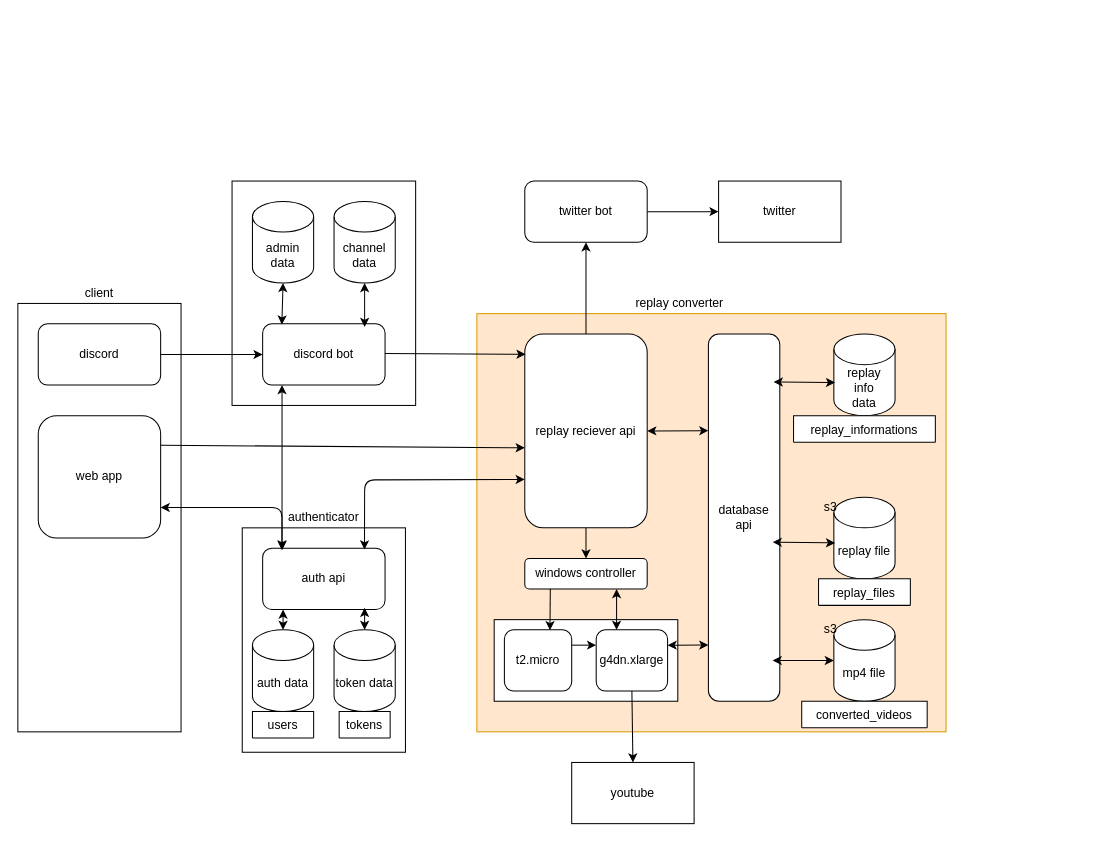
This is Untitled Diagram.drawio from tforce7171/replay_-to_video, a draw.io file, before an edit. Source tidied: cells renumbered, new cells numbered last; positions are measured from the earlier drawing's top-left corner, leaving out a move shared by most shapes. Both pictures are drawn from the tidied source at 102%, with x=0, y=0 at pixel (17, 181).
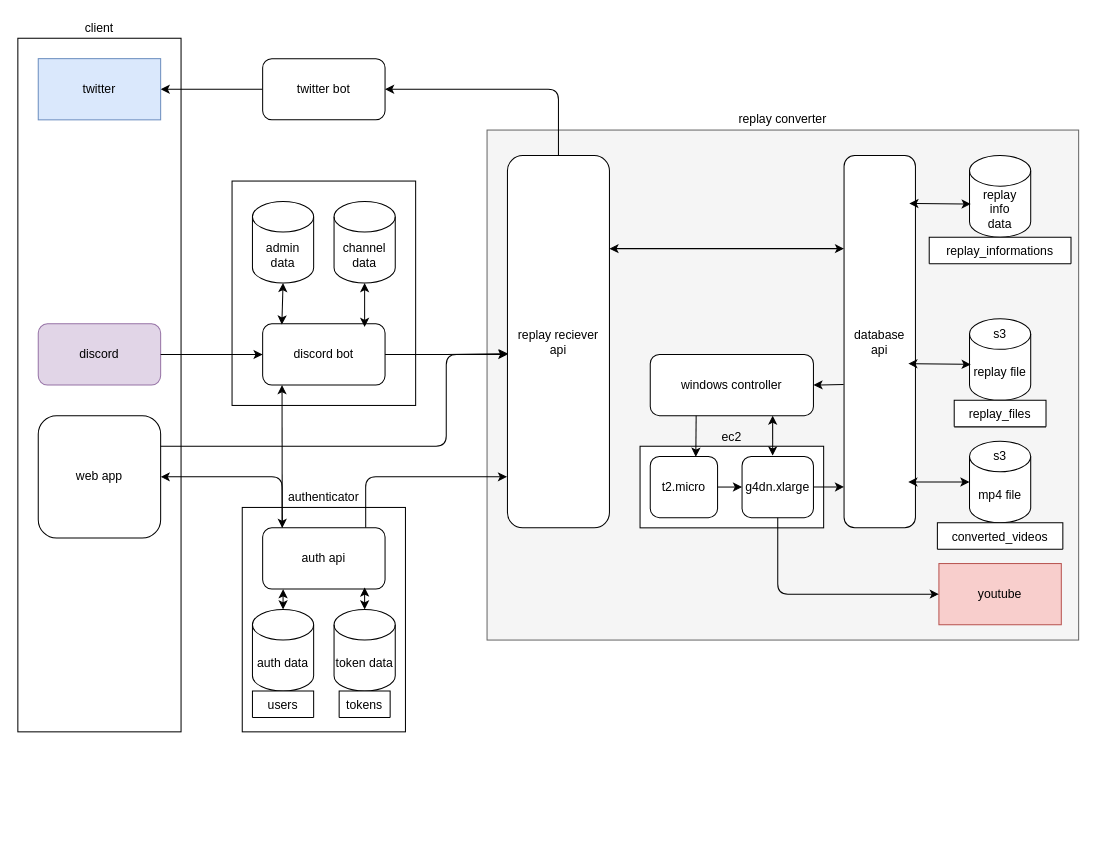
The same page after the edit.

The change refers to these unchanged cells:
```xml
<mxCell id="17" value="web app" style="rounded=1;whiteSpace=wrap;html=1;" parent="1" vertex="1">
  <mxGeometry x="20" y="230" width="120" height="120" as="geometry" />
</mxCell>
<mxCell id="21" value="discord bot" style="rounded=1;whiteSpace=wrap;html=1;" parent="1" vertex="1">
  <mxGeometry x="240" y="140" width="120" height="60" as="geometry" />
</mxCell>
```

What changed in the source:
```diff
@@
     <mxCell id="3" style="rounded=0;whiteSpace=wrap;html=1;" parent="1" vertex="1">
-      <mxGeometry y="120" width="160" height="420" as="geometry" />
+      <mxGeometry y="-140" width="160" height="680" as="geometry" />
     </mxCell>
     <mxCell id="4" style="rounded=0;whiteSpace=wrap;html=1;" parent="1" vertex="1">
-      <mxGeometry x="220" y="340" width="160" height="220" as="geometry" />
+      <mxGeometry x="220" y="320" width="160" height="220" as="geometry" />
     </mxCell>
-    <mxCell id="5" style="rounded=0;whiteSpace=wrap;html=1;fillColor=#ffe6cc;strokeColor=#d79b00;" parent="1" vertex="1">
-      <mxGeometry x="450" y="130" width="460" height="410" as="geometry" />
+    <mxCell id="5" style="rounded=0;whiteSpace=wrap;html=1;fillColor=#f5f5f5;strokeColor=#666666;fontColor=#333333;" parent="1" vertex="1">
+      <mxGeometry x="460" y="-50" width="580" height="500" as="geometry" />
     </mxCell>
     <mxCell id="6" style="rounded=0;whiteSpace=wrap;html=1;" parent="1" vertex="1">
-      <mxGeometry x="467" y="430" width="180" height="80" as="geometry" />
+      <mxGeometry x="610" y="260" width="180" height="80" as="geometry" />
     </mxCell>
     <mxCell id="7" value="mp4 file" style="shape=cylinder3;whiteSpace=wrap;html=1;boundedLbl=1;backgroundOutline=1;size=15;" parent="1" vertex="1">
-      <mxGeometry x="800" y="430" width="60" height="80" as="geometry" />
+      <mxGeometry x="933" y="255" width="60" height="80" as="geometry" />
     </mxCell>
     <mxCell id="8" value="replay&lt;br&gt;info&lt;br&gt;data" style="shape=cylinder3;whiteSpace=wrap;html=1;boundedLbl=1;backgroundOutline=1;size=15;" parent="1" vertex="1">
-      <mxGeometry x="800" y="150" width="60" height="80" as="geometry" />
+      <mxGeometry x="933" y="-25" width="60" height="80" as="geometry" />
     </mxCell>
     <mxCell id="9" value="replay file" style="shape=cylinder3;whiteSpace=wrap;html=1;boundedLbl=1;backgroundOutline=1;size=15;" parent="1" vertex="1">
-      <mxGeometry x="800" y="310" width="60" height="80" as="geometry" />
+      <mxGeometry x="933" y="135" width="60" height="80" as="geometry" />
     </mxCell>
     <mxCell id="10" value="database api" style="rounded=1;whiteSpace=wrap;html=1;" parent="1" vertex="1">
-      <mxGeometry x="677" y="150" width="70" height="360" as="geometry" />
+      <mxGeometry x="810" y="-25" width="70" height="365" as="geometry" />
     </mxCell>
+    <mxCell id="45" style="edgeStyle=orthogonalEdgeStyle;rounded=0;jettySize=auto;html=1;entryX=0;entryY=0.89;entryDx=0;entryDy=0;entryPerimeter=0;" parent="1" edge="1" source="11" target="10">
+      <mxGeometry relative="1" as="geometry" />
+    </mxCell>
     <mxCell id="11" value="g4dn.xlarge" style="rounded=1;whiteSpace=wrap;html=1;" parent="1" vertex="1">
-      <mxGeometry x="567" y="440" width="70" height="60" as="geometry" />
+      <mxGeometry x="710" y="270" width="70" height="60" as="geometry" />
     </mxCell>
     <mxCell id="12" value="t2.micro" style="rounded=1;whiteSpace=wrap;html=1;" parent="1" vertex="1">
-      <mxGeometry x="477" y="440" width="66" height="60" as="geometry" />
+      <mxGeometry x="620" y="270" width="66" height="60" as="geometry" />
     </mxCell>
     <mxCell id="13" value="windows controller" style="rounded=1;whiteSpace=wrap;html=1;" parent="1" vertex="1">
-      <mxGeometry x="497" y="370" width="120" height="30" as="geometry" />
+      <mxGeometry x="620" y="170" width="160" height="60" as="geometry" />
     </mxCell>
-    <mxCell id="14" style="edgeStyle=orthogonalEdgeStyle;rounded=0;jettySize=auto;html=1;entryX=0.5;entryY=1;entryDx=0;entryDy=0;" parent="1" edge="1" source="16" target="56">
-      <mxGeometry relative="1" as="geometry" />
-    </mxCell>
-    <mxCell id="15" style="edgeStyle=orthogonalEdgeStyle;rounded=0;jettySize=auto;html=1;" parent="1" edge="1" source="16" target="13">
-      <mxGeometry relative="1" as="geometry" />
-    </mxCell>
-    <mxCell id="16" value="replay reciever api" style="rounded=1;whiteSpace=wrap;html=1;" parent="1" vertex="1">
-      <mxGeometry x="497" y="150" width="120" height="190" as="geometry" />
+    <mxCell id="16" value="replay reciever&lt;br&gt;api" style="rounded=1;whiteSpace=wrap;html=1;" parent="1" vertex="1">
+      <mxGeometry x="480" y="-25" width="100" height="365" as="geometry" />
     </mxCell>
@@
     <mxCell id="18" value="auth api" style="rounded=1;whiteSpace=wrap;html=1;" parent="1" vertex="1">
-      <mxGeometry x="240" y="360" width="120" height="60" as="geometry" />
+      <mxGeometry x="240" y="340" width="120" height="60" as="geometry" />
     </mxCell>
     <mxCell id="19" value="auth data" style="shape=cylinder3;whiteSpace=wrap;html=1;boundedLbl=1;backgroundOutline=1;size=15;" parent="1" vertex="1">
-      <mxGeometry x="230" y="440" width="60" height="80" as="geometry" />
+      <mxGeometry x="230" y="420" width="60" height="80" as="geometry" />
     </mxCell>
-    <mxCell id="20" value="discord" style="rounded=1;whiteSpace=wrap;html=1;" parent="1" vertex="1">
+    <mxCell id="20" value="discord" style="rounded=1;whiteSpace=wrap;html=1;fillColor=#e1d5e7;strokeColor=#9673a6;" parent="1" vertex="1">
       <mxGeometry x="20" y="140" width="120" height="60" as="geometry" />
     </mxCell>
+    <mxCell id="58" style="edgeStyle=orthogonalEdgeStyle;rounded=0;jettySize=auto;html=1;entryX=0.003;entryY=0.532;entryDx=0;entryDy=0;entryPerimeter=0;" parent="1" edge="1" source="21" target="16">
+      <mxGeometry relative="1" as="geometry" />
+    </mxCell>
@@
-    <mxCell id="22" style="endArrow=classic;html=1;exitX=1;exitY=0.5;exitDx=0;exitDy=0;entryX=0;entryY=0.75;entryDx=0;entryDy=0;" parent="1" edge="1">
-      <mxGeometry relative="1" as="geometry">
-        <mxPoint x="140" y="259" as="sourcePoint" />
-        <mxPoint x="497" y="261.5" as="targetPoint" />
-      </mxGeometry>
-    </mxCell>
@@
-    <mxCell id="24" style="endArrow=classic;html=1;exitX=1;exitY=0.75;exitDx=0;exitDy=0;entryX=0.007;entryY=0.189;entryDx=0;entryDy=0;entryPerimeter=0;" parent="1" edge="1">
-      <mxGeometry relative="1" as="geometry">
-        <mxPoint x="360" y="169" as="sourcePoint" />
-        <mxPoint x="497.8" y="169.9" as="targetPoint" />
-      </mxGeometry>
-    </mxCell>
-    <mxCell id="25" style="endArrow=classic;startArrow=classic;html=1;entryX=0.75;entryY=1;entryDx=0;entryDy=0;" parent="1" edge="1" target="13">
-      <mxGeometry relative="1" as="geometry">
-        <mxPoint x="587" y="440" as="sourcePoint" />
-      </mxGeometry>
+    <mxCell id="25" style="endArrow=classic;startArrow=classic;html=1;entryX=0.75;entryY=1;entryDx=0;entryDy=0;exitX=0.429;exitY=-0.014;exitDx=0;exitDy=0;exitPerimeter=0;" parent="1" edge="1" source="11" target="13">
+      <mxGeometry relative="1" as="geometry" />
     </mxCell>
     <mxCell id="26" style="endArrow=classic;html=1;entryX=0.677;entryY=0.006;entryDx=0;entryDy=0;entryPerimeter=0;" parent="1" edge="1" target="12">
       <mxGeometry relative="1" as="geometry">
-        <mxPoint x="522" y="400" as="sourcePoint" />
+        <mxPoint x="665" y="230" as="sourcePoint" />
       </mxGeometry>
     </mxCell>
-    <mxCell id="27" style="endArrow=classic;html=1;exitX=1;exitY=0.25;exitDx=0;exitDy=0;entryX=0;entryY=0.25;entryDx=0;entryDy=0;" parent="1" edge="1" source="12" target="11">
+    <mxCell id="27" style="endArrow=classic;html=1;exitX=1;exitY=0.5;exitDx=0;exitDy=0;entryX=0;entryY=0.5;entryDx=0;entryDy=0;" parent="1" edge="1" source="12" target="11">
       <mxGeometry relative="1" as="geometry" />
     </mxCell>
     <mxCell id="28" style="endArrow=classic;startArrow=classic;html=1;exitX=0;exitY=0.5;exitDx=0;exitDy=0;exitPerimeter=0;" parent="1" edge="1" source="7">
       <mxGeometry relative="1" as="geometry">
-        <mxPoint x="740" y="470" as="targetPoint" />
+        <mxPoint x="873" y="295" as="targetPoint" />
       </mxGeometry>
     </mxCell>
     <mxCell id="29" style="endArrow=classic;startArrow=classic;html=1;exitX=0.02;exitY=0.595;exitDx=0;exitDy=0;exitPerimeter=0;" parent="1" edge="1" source="8">
       <mxGeometry relative="1" as="geometry">
-        <mxPoint x="741" y="197" as="targetPoint" />
+        <mxPoint x="874" y="22" as="targetPoint" />
       </mxGeometry>
     </mxCell>
     <mxCell id="30" style="endArrow=classic;startArrow=classic;html=1;exitX=0.02;exitY=0.56;exitDx=0;exitDy=0;exitPerimeter=0;" parent="1" edge="1" source="9">
       <mxGeometry relative="1" as="geometry">
-        <mxPoint x="740" y="354" as="targetPoint" />
+        <mxPoint x="873" y="179" as="targetPoint" />
       </mxGeometry>
     </mxCell>
-    <mxCell id="31" style="endArrow=classic;startArrow=classic;html=1;exitX=1;exitY=0.75;exitDx=0;exitDy=0;entryX=0.158;entryY=0.02;entryDx=0;entryDy=0;entryPerimeter=0;" parent="1" edge="1" source="17" target="18">
-      <mxGeometry relative="1" as="geometry">
-        <Array as="points">
-          <mxPoint x="259" y="320" />
-        </Array>
-      </mxGeometry>
-    </mxCell>
-    <mxCell id="32" style="endArrow=classic;startArrow=classic;html=1;" parent="1" edge="1">
+    <mxCell id="32" style="endArrow=classic;startArrow=classic;html=1;exitX=0.16;exitY=0.003;exitDx=0;exitDy=0;exitPerimeter=0;" parent="1" edge="1" source="18">
       <mxGeometry relative="1" as="geometry">
-        <mxPoint x="259" y="362" as="sourcePoint" />
         <mxPoint x="259" y="200" as="targetPoint" />
       </mxGeometry>
     </mxCell>
     <mxCell id="33" value="token data" style="shape=cylinder3;whiteSpace=wrap;html=1;boundedLbl=1;backgroundOutline=1;size=15;" parent="1" vertex="1">
-      <mxGeometry x="310" y="440" width="60" height="80" as="geometry" />
+      <mxGeometry x="310" y="420" width="60" height="80" as="geometry" />
     </mxCell>
@@
-    <mxCell id="36" style="endArrow=classic;startArrow=classic;html=1;exitX=0.832;exitY=0.021;exitDx=0;exitDy=0;entryX=0;entryY=0.75;entryDx=0;entryDy=0;exitPerimeter=0;" parent="1" edge="1" source="18" target="16">
-      <mxGeometry relative="1" as="geometry">
-        <Array as="points">
-          <mxPoint x="340" y="293" />
-        </Array>
-      </mxGeometry>
-    </mxCell>
     <mxCell id="37" value="client" style="text;html=1;strokeColor=none;fillColor=none;align=center;verticalAlign=middle;whiteSpace=wrap;rounded=0;" parent="1" vertex="1">
-      <mxGeometry x="60" y="100" width="40" height="20" as="geometry" />
+      <mxGeometry x="60" y="-160" width="40" height="20" as="geometry" />
     </mxCell>
     <mxCell id="38" value="replay converter" style="text;html=1;strokeColor=none;fillColor=none;align=center;verticalAlign=middle;whiteSpace=wrap;rounded=0;" parent="1" vertex="1">
-      <mxGeometry x="602.8" y="110" width="91.5" height="20" as="geometry" />
+      <mxGeometry x="704.2" y="-70" width="91.5" height="20" as="geometry" />
     </mxCell>
     <mxCell id="39" value="authenticator" style="text;html=1;strokeColor=none;fillColor=none;align=center;verticalAlign=middle;whiteSpace=wrap;rounded=0;" parent="1" vertex="1">
-      <mxGeometry x="280" y="320" width="40" height="20" as="geometry" />
+      <mxGeometry x="280" y="300" width="40" height="20" as="geometry" />
     </mxCell>
     <mxCell id="40" value="tokens" style="swimlane;fontStyle=0;horizontal=1;startSize=26;" parent="1" vertex="1" collapsed="1">
-      <mxGeometry x="315" y="520" width="50" height="26" as="geometry" />
+      <mxGeometry x="315" y="500" width="50" height="26" as="geometry" />
     </mxCell>
     <mxCell id="41" value="users" style="swimlane;fontStyle=0;horizontal=1;startSize=26;" parent="1" vertex="1" collapsed="1">
-      <mxGeometry x="230" y="520" width="60" height="26" as="geometry" />
+      <mxGeometry x="230" y="500" width="60" height="26" as="geometry" />
     </mxCell>
     <mxCell id="42" value="converted_videos" style="swimlane;fontStyle=0;horizontal=1;startSize=26;fillColor=#ffffff;gradientColor=none;" parent="1" vertex="1" collapsed="1">
-      <mxGeometry x="768.5" y="510" width="123" height="26" as="geometry" />
+      <mxGeometry x="901.5" y="335" width="123" height="26" as="geometry" />
     </mxCell>
-    <mxCell id="43" value="youtube" style="rounded=0;whiteSpace=wrap;html=1;fillColor=#ffffff;gradientColor=none;" parent="1" vertex="1">
-      <mxGeometry x="543" y="570" width="120" height="60" as="geometry" />
+    <mxCell id="43" value="youtube" style="rounded=0;whiteSpace=wrap;html=1;fillColor=#f8cecc;strokeColor=#b85450;" parent="1" vertex="1">
+      <mxGeometry x="903" y="375" width="120" height="60" as="geometry" />
     </mxCell>
-    <mxCell id="44" style="endArrow=classic;html=1;exitX=0.5;exitY=1;exitDx=0;exitDy=0;entryX=0.5;entryY=0;entryDx=0;entryDy=0;" parent="1" edge="1" source="11" target="43">
-      <mxGeometry relative="1" as="geometry" />
-    </mxCell>
-    <mxCell id="45" style="endArrow=classic;startArrow=classic;html=1;exitX=1;exitY=0.25;exitDx=0;exitDy=0;entryX=0;entryY=0.847;entryDx=0;entryDy=0;entryPerimeter=0;" parent="1" edge="1" source="11" target="10">
-      <mxGeometry relative="1" as="geometry" />
-    </mxCell>
-    <mxCell id="46" style="endArrow=classic;startArrow=classic;html=1;exitX=1;exitY=0.5;exitDx=0;exitDy=0;entryX=0;entryY=0.263;entryDx=0;entryDy=0;entryPerimeter=0;" parent="1" edge="1" source="16" target="10">
-      <mxGeometry relative="1" as="geometry" />
-    </mxCell>
     <mxCell id="47" value="s3" style="text;html=1;strokeColor=none;fillColor=none;align=center;verticalAlign=middle;whiteSpace=wrap;rounded=0;" parent="1" vertex="1">
-      <mxGeometry x="777" y="310" width="40" height="20" as="geometry" />
+      <mxGeometry x="943" y="140" width="40" height="20" as="geometry" />
     </mxCell>
     <mxCell id="48" value="s3" style="text;html=1;strokeColor=none;fillColor=none;align=center;verticalAlign=middle;whiteSpace=wrap;rounded=0;" parent="1" vertex="1">
-      <mxGeometry x="777" y="430" width="40" height="20" as="geometry" />
+      <mxGeometry x="943" y="260" width="40" height="20" as="geometry" />
     </mxCell>
     <mxCell id="49" value="replay_files" style="swimlane;fontStyle=0;horizontal=1;startSize=26;fillColor=#ffffff;gradientColor=none;" parent="1" vertex="1" collapsed="1">
-      <mxGeometry x="785" y="390" width="90" height="26" as="geometry" />
+      <mxGeometry x="918" y="215" width="90" height="26" as="geometry" />
     </mxCell>
     <mxCell id="50" value="replay_informations" style="swimlane;fontStyle=0;horizontal=1;startSize=26;" parent="1" vertex="1" collapsed="1">
-      <mxGeometry x="760.5" y="230" width="139" height="26" as="geometry" />
+      <mxGeometry x="893.5" y="55" width="139" height="26" as="geometry" />
     </mxCell>
@@
-    <mxCell id="55" style="edgeStyle=orthogonalEdgeStyle;rounded=0;jettySize=auto;html=1;entryX=0;entryY=0.5;entryDx=0;entryDy=0;" parent="1" edge="1" source="56" target="57">
+    <mxCell id="55" style="edgeStyle=orthogonalEdgeStyle;rounded=0;jettySize=auto;html=1;entryX=1;entryY=0.5;entryDx=0;entryDy=0;" parent="1" edge="1" source="56" target="57">
       <mxGeometry relative="1" as="geometry" />
     </mxCell>
     <mxCell id="56" value="twitter bot" style="rounded=1;whiteSpace=wrap;html=1;fillColor=#ffffff;gradientColor=none;" parent="1" vertex="1">
-      <mxGeometry x="497" width="120" height="60" as="geometry" />
+      <mxGeometry x="240" y="-120" width="120" height="60" as="geometry" />
     </mxCell>
-    <mxCell id="57" value="twitter" style="rounded=0;whiteSpace=wrap;html=1;fillColor=#ffffff;gradientColor=none;" parent="1" vertex="1">
-      <mxGeometry x="687" width="120" height="60" as="geometry" />
+    <mxCell id="57" value="twitter" style="rounded=0;whiteSpace=wrap;html=1;fillColor=#dae8fc;strokeColor=#6c8ebf;" parent="1" vertex="1">
+      <mxGeometry x="20" y="-120" width="120" height="60" as="geometry" />
     </mxCell>
+    <mxCell id="46" style="endArrow=classic;startArrow=classic;html=1;exitX=1;exitY=0.25;exitDx=0;exitDy=0;entryX=0;entryY=0.25;entryDx=0;entryDy=0;" parent="1" edge="1" source="16" target="10">
+      <mxGeometry relative="1" as="geometry" />
+    </mxCell>
+    <mxCell id="59" style="endArrow=classic;html=1;entryX=1;entryY=0.5;entryDx=0;entryDy=0;exitX=-0.007;exitY=0.615;exitDx=0;exitDy=0;exitPerimeter=0;" parent="1" edge="1" source="10" target="13">
+      <mxGeometry relative="1" as="geometry" />
+    </mxCell>
+    <mxCell id="44" style="endArrow=classic;html=1;exitX=0.5;exitY=1;exitDx=0;exitDy=0;entryX=0;entryY=0.5;entryDx=0;entryDy=0;" parent="1" edge="1" source="11" target="43">
+      <mxGeometry relative="1" as="geometry">
+        <Array as="points">
+          <mxPoint x="745" y="405" />
+        </Array>
+      </mxGeometry>
+    </mxCell>
+    <mxCell id="60" style="endArrow=classic;html=1;exitX=1;exitY=0.25;exitDx=0;exitDy=0;" parent="1" edge="1" source="17">
+      <mxGeometry relative="1" as="geometry">
+        <mxPoint x="480" y="170" as="targetPoint" />
+        <Array as="points">
+          <mxPoint x="420" y="260" />
+          <mxPoint x="420" y="170" />
+        </Array>
+      </mxGeometry>
+    </mxCell>
+    <mxCell id="36" style="endArrow=classic;html=1;exitX=0.842;exitY=-0.006;exitDx=0;exitDy=0;exitPerimeter=0;entryX=-0.004;entryY=0.863;entryDx=0;entryDy=0;entryPerimeter=0;" parent="1" edge="1" source="18" target="16">
+      <mxGeometry relative="1" as="geometry">
+        <Array as="points">
+          <mxPoint x="341" y="290" />
+        </Array>
+      </mxGeometry>
+    </mxCell>
+    <mxCell id="14" style="endArrow=classic;html=1;exitX=0.5;exitY=0;exitDx=0;exitDy=0;entryX=1;entryY=0.5;entryDx=0;entryDy=0;" parent="1" edge="1" source="16" target="56">
+      <mxGeometry relative="1" as="geometry">
+        <Array as="points">
+          <mxPoint x="530" y="-90" />
+        </Array>
+      </mxGeometry>
+    </mxCell>
+    <mxCell id="61" style="endArrow=classic;html=1;entryX=1;entryY=0.5;entryDx=0;entryDy=0;exitX=0.16;exitY=-0.011;exitDx=0;exitDy=0;exitPerimeter=0;" parent="1" edge="1" source="18" target="17">
+      <mxGeometry relative="1" as="geometry">
+        <Array as="points">
+          <mxPoint x="259" y="290" />
+        </Array>
+      </mxGeometry>
+    </mxCell>
+    <mxCell id="62" value="ec2" style="text;html=1;strokeColor=none;fillColor=none;align=center;verticalAlign=middle;whiteSpace=wrap;rounded=0;" parent="1" vertex="1">
+      <mxGeometry x="680" y="241" width="40" height="20" as="geometry" />
+    </mxCell>
```
